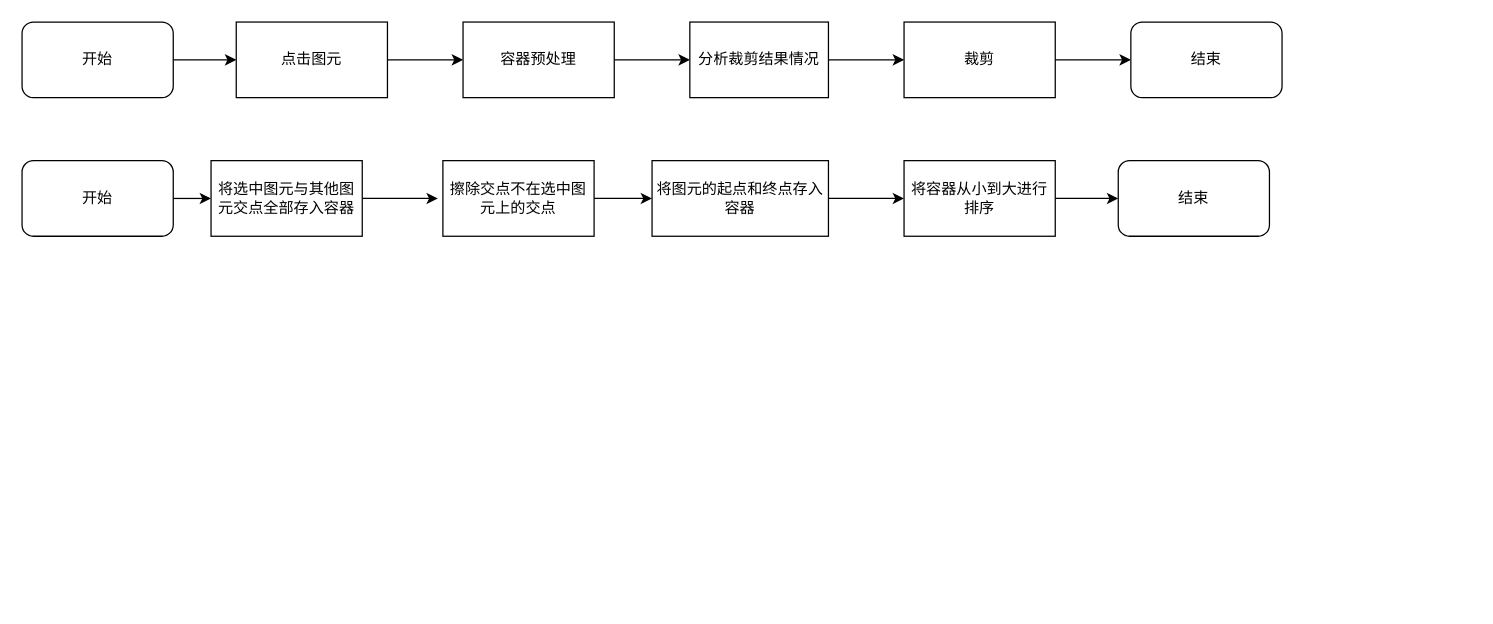
Above: 裁剪流程图.drawio in liuhuliuhu123/First-test (draw.io), before the change. Source tidied: cells renumbered, new cells numbered last; positions are measured from the earlier drawing's top-left corner, leaving out a move shared by most shapes. Both pictures are drawn from the tidied source at 126%, with x=0, y=0 at pixel (21, 21).
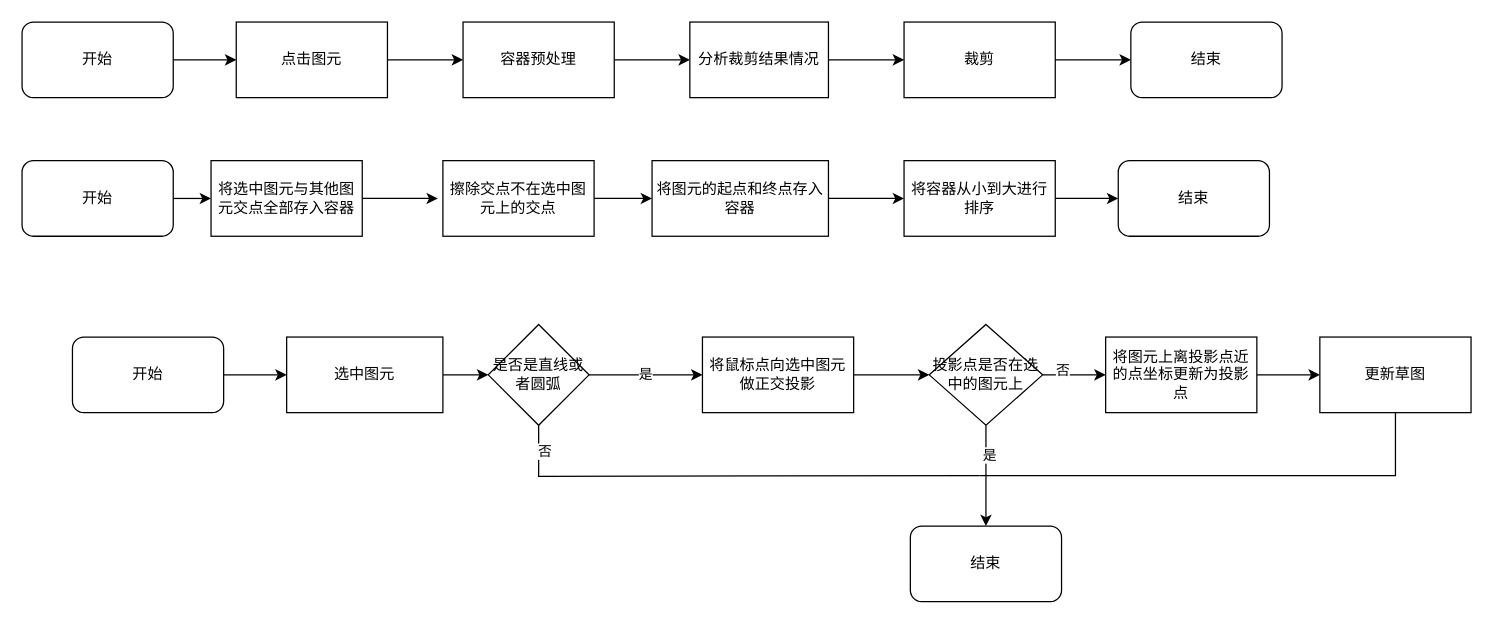
The same page after the edit.

Commit message:
更新裁剪流程图.drawio

What changed in the source:
```diff
@@
+    <mxCell id="24" style="edgeStyle=orthogonalEdgeStyle;rounded=0;jettySize=auto;html=1;exitX=1;exitY=0.5;exitDx=0;exitDy=0;" parent="1" edge="1" source="25">
+      <mxGeometry relative="1" as="geometry">
+        <mxPoint x="210" y="280" as="targetPoint" />
+      </mxGeometry>
+    </mxCell>
+    <mxCell id="25" value="开始" style="rounded=1;whiteSpace=wrap;html=1;" parent="1" vertex="1">
+      <mxGeometry x="40" y="250" width="120" height="60" as="geometry" />
+    </mxCell>
+    <mxCell id="26" style="edgeStyle=orthogonalEdgeStyle;rounded=0;jettySize=auto;html=1;exitX=1;exitY=0.5;exitDx=0;exitDy=0;" parent="1" edge="1" source="27">
+      <mxGeometry relative="1" as="geometry">
+        <mxPoint x="370" y="280" as="targetPoint" />
+      </mxGeometry>
+    </mxCell>
+    <mxCell id="27" value="选中图元" style="rounded=0;whiteSpace=wrap;html=1;" parent="1" vertex="1">
+      <mxGeometry x="210" y="250" width="124" height="60" as="geometry" />
+    </mxCell>
+    <mxCell id="28" value="是否是直线或者圆弧" style="rhombus;whiteSpace=wrap;html=1;" parent="1" vertex="1">
+      <mxGeometry x="370" y="240" width="80" height="80" as="geometry" />
+    </mxCell>
+    <mxCell id="29" value="是" style="endArrow=classic;html=1;rounded=0;exitX=1;exitY=0.5;exitDx=0;exitDy=0;" parent="1" edge="1" source="28">
+      <mxGeometry relative="1" as="geometry">
+        <mxPoint x="540" y="280" as="targetPoint" />
+      </mxGeometry>
+    </mxCell>
+    <mxCell id="30" value="将鼠标点向选中图元做正交投影" style="rounded=0;whiteSpace=wrap;html=1;" parent="1" vertex="1">
+      <mxGeometry x="540" y="250" width="120" height="60" as="geometry" />
+    </mxCell>
+    <mxCell id="31" style="endArrow=classic;html=1;rounded=0;exitX=1;exitY=0.5;exitDx=0;exitDy=0;" parent="1" edge="1" source="30">
+      <mxGeometry relative="1" as="geometry">
+        <mxPoint x="720" y="280" as="targetPoint" />
+      </mxGeometry>
+    </mxCell>
+    <mxCell id="32" value="投影点是否在选中的图元上" style="rhombus;whiteSpace=wrap;html=1;" parent="1" vertex="1">
+      <mxGeometry x="720" y="240" width="90" height="80" as="geometry" />
+    </mxCell>
+    <mxCell id="33" style="endArrow=classic;html=1;rounded=0;exitX=1;exitY=0.5;exitDx=0;exitDy=0;" parent="1" edge="1" source="32">
+      <mxGeometry relative="1" as="geometry">
+        <mxPoint x="860" y="280" as="targetPoint" />
+      </mxGeometry>
+    </mxCell>
+    <mxCell id="34" value="否" style="edgeLabel;html=1;align=center;verticalAlign=middle;" parent="33" vertex="1">
+      <mxGeometry x="-0.42" y="4" relative="1" as="geometry" />
+    </mxCell>
+    <mxCell id="35" value="将图元上离投影点近的点坐标更新为投影点" style="rounded=0;whiteSpace=wrap;html=1;" parent="1" vertex="1">
+      <mxGeometry x="860" y="250" width="120" height="60" as="geometry" />
+    </mxCell>
+    <mxCell id="36" value="更新草图" style="rounded=0;whiteSpace=wrap;html=1;" parent="1" vertex="1">
+      <mxGeometry x="1030" y="250" width="120" height="60" as="geometry" />
+    </mxCell>
+    <mxCell id="37" style="endArrow=classic;html=1;rounded=0;exitX=1;exitY=0.5;exitDx=0;exitDy=0;entryX=0;entryY=0.5;entryDx=0;entryDy=0;" parent="1" edge="1" source="35" target="36">
+      <mxGeometry relative="1" as="geometry" />
+    </mxCell>
+    <mxCell id="38" style="endArrow=none;html=1;rounded=0;entryX=0.5;entryY=1;entryDx=0;entryDy=0;edgeStyle=orthogonalEdgeStyle;" parent="1" edge="1" target="36">
+      <mxGeometry relative="1" as="geometry">
+        <mxPoint x="760" y="360" as="sourcePoint" />
+        <Array as="points">
+          <mxPoint x="1090" y="360" />
+        </Array>
+      </mxGeometry>
+    </mxCell>
+    <mxCell id="39" style="endArrow=none;html=1;rounded=0;entryX=0.5;entryY=1;entryDx=0;entryDy=0;edgeStyle=orthogonalEdgeStyle;" parent="1" edge="1" target="28">
+      <mxGeometry relative="1" as="geometry">
+        <mxPoint x="760" y="360" as="sourcePoint" />
+      </mxGeometry>
+    </mxCell>
+    <mxCell id="40" value="否" style="edgeLabel;html=1;align=center;verticalAlign=middle;" parent="39" vertex="1">
+      <mxGeometry x="0.75" y="-3" relative="1" as="geometry">
+        <mxPoint x="-3" y="-17" as="offset" />
+      </mxGeometry>
+    </mxCell>
+    <mxCell id="41" value="结束" style="rounded=1;whiteSpace=wrap;html=1;" parent="1" vertex="1">
+      <mxGeometry x="705" y="400" width="120" height="60" as="geometry" />
+    </mxCell>
+    <mxCell id="42" style="endArrow=classic;html=1;rounded=0;exitX=0.5;exitY=1;exitDx=0;exitDy=0;entryX=0.5;entryY=0;entryDx=0;entryDy=0;" parent="1" edge="1" source="32" target="41">
+      <mxGeometry relative="1" as="geometry" />
+    </mxCell>
+    <mxCell id="43" value="是" style="edgeLabel;html=1;align=center;verticalAlign=middle;" parent="42" vertex="1">
+      <mxGeometry x="-0.43" y="2" relative="1" as="geometry" />
+    </mxCell>
```
